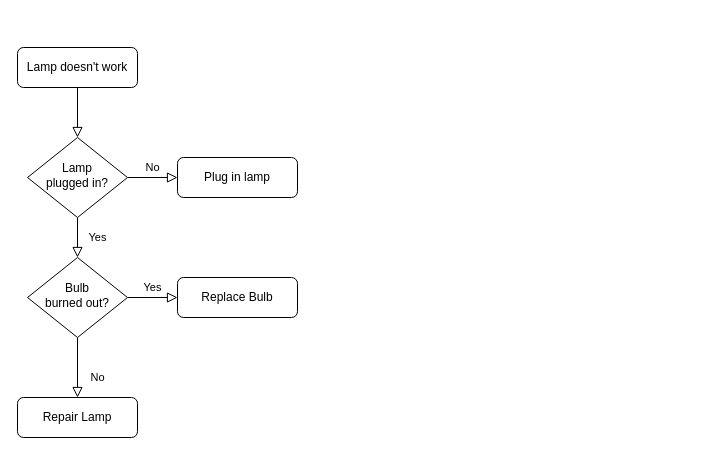
The draw.io diagram Scripts/GeneralUI/NewQuizManager.drawio in Nhonnguyenchi91/Testing, before the edit. Source tidied: cells renumbered, new cells numbered last; positions are measured from the earlier drawing's top-left corner, leaving out a move shared by most shapes. Both pictures are drawn from the tidied source at 100%, with x=0, y=0 at pixel (17, 47).
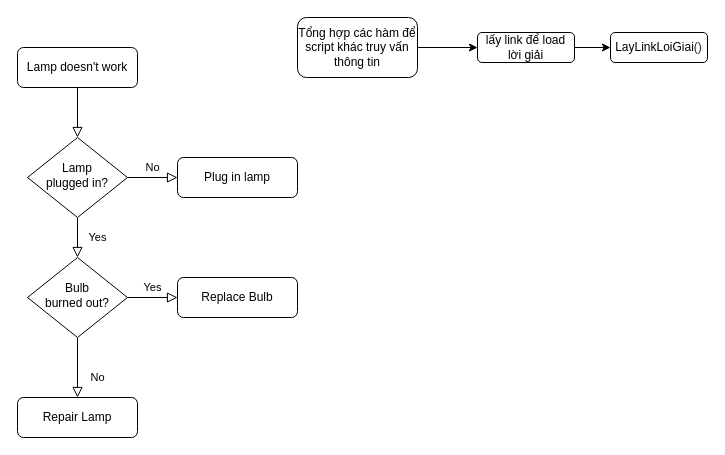
The same page after the edit.

Change to the diagram source:
```diff
@@
 <mxGraphModel>
   <root>
     <mxCell id="0" />
     <mxCell id="1" parent="0" />
     <mxCell id="2" style="rounded=0;html=1;jettySize=auto;fontSize=11;endArrow=block;endFill=0;endSize=8;strokeWidth=1;shadow=0;labelBackgroundColor=none;edgeStyle=orthogonalEdgeStyle;" parent="1" edge="1" source="3" target="6">
       <mxGeometry relative="1" as="geometry" />
     </mxCell>
     <mxCell id="3" value="Lamp doesn't work" style="rounded=1;whiteSpace=wrap;html=1;fontSize=12;glass=0;strokeWidth=1;shadow=0;" parent="1" vertex="1">
       <mxGeometry width="120" height="40" as="geometry" />
     </mxCell>
     <mxCell id="4" value="Yes" style="rounded=0;html=1;jettySize=auto;fontSize=11;endArrow=block;endFill=0;endSize=8;strokeWidth=1;shadow=0;labelBackgroundColor=none;edgeStyle=orthogonalEdgeStyle;" parent="1" edge="1" source="6" target="10">
       <mxGeometry y="20" relative="1" as="geometry" />
     </mxCell>
     <mxCell id="5" value="No" style="edgeStyle=orthogonalEdgeStyle;rounded=0;html=1;jettySize=auto;fontSize=11;endArrow=block;endFill=0;endSize=8;strokeWidth=1;shadow=0;labelBackgroundColor=none;" parent="1" edge="1" source="6" target="7">
       <mxGeometry y="10" relative="1" as="geometry" />
     </mxCell>
     <mxCell id="6" value="Lamp&lt;br&gt;plugged in?" style="rhombus;whiteSpace=wrap;html=1;shadow=0;fontFamily=Helvetica;fontSize=12;align=center;strokeWidth=1;spacing=6;spacingTop=-4;" parent="1" vertex="1">
       <mxGeometry x="10" y="90" width="100" height="80" as="geometry" />
     </mxCell>
     <mxCell id="7" value="Plug in lamp" style="rounded=1;whiteSpace=wrap;html=1;fontSize=12;glass=0;strokeWidth=1;shadow=0;" parent="1" vertex="1">
       <mxGeometry x="160" y="110" width="120" height="40" as="geometry" />
     </mxCell>
     <mxCell id="8" value="No" style="rounded=0;html=1;jettySize=auto;fontSize=11;endArrow=block;endFill=0;endSize=8;strokeWidth=1;shadow=0;labelBackgroundColor=none;edgeStyle=orthogonalEdgeStyle;" parent="1" edge="1" source="10" target="11">
       <mxGeometry x="0.33" y="20" relative="1" as="geometry" />
     </mxCell>
     <mxCell id="9" value="Yes" style="edgeStyle=orthogonalEdgeStyle;rounded=0;html=1;jettySize=auto;fontSize=11;endArrow=block;endFill=0;endSize=8;strokeWidth=1;shadow=0;labelBackgroundColor=none;" parent="1" edge="1" source="10" target="12">
       <mxGeometry y="10" relative="1" as="geometry" />
     </mxCell>
     <mxCell id="10" value="Bulb&lt;br&gt;burned out?" style="rhombus;whiteSpace=wrap;html=1;shadow=0;fontFamily=Helvetica;fontSize=12;align=center;strokeWidth=1;spacing=6;spacingTop=-4;" parent="1" vertex="1">
       <mxGeometry x="10" y="210" width="100" height="80" as="geometry" />
     </mxCell>
     <mxCell id="11" value="Repair Lamp" style="rounded=1;whiteSpace=wrap;html=1;fontSize=12;glass=0;strokeWidth=1;shadow=0;" parent="1" vertex="1">
       <mxGeometry y="350" width="120" height="40" as="geometry" />
     </mxCell>
     <mxCell id="12" value="Replace Bulb" style="rounded=1;whiteSpace=wrap;html=1;fontSize=12;glass=0;strokeWidth=1;shadow=0;" parent="1" vertex="1">
       <mxGeometry x="160" y="230" width="120" height="40" as="geometry" />
     </mxCell>
+    <mxCell id="13" style="edgeStyle=orthogonalEdgeStyle;rounded=0;jettySize=auto;html=1;exitX=1;exitY=0.5;exitDx=0;exitDy=0;" parent="1" edge="1" source="14" target="16">
+      <mxGeometry relative="1" as="geometry" />
+    </mxCell>
+    <mxCell id="14" value="Tổng hợp các hàm để script khác truy vấn thông tin" style="rounded=1;whiteSpace=wrap;html=1;" parent="1" vertex="1">
+      <mxGeometry x="280" y="-30" width="120" height="60" as="geometry" />
+    </mxCell>
+    <mxCell id="15" style="edgeStyle=orthogonalEdgeStyle;rounded=0;jettySize=auto;html=1;exitX=1;exitY=0.5;exitDx=0;exitDy=0;entryX=0;entryY=0.5;entryDx=0;entryDy=0;" parent="1" edge="1" source="16" target="17">
+      <mxGeometry relative="1" as="geometry" />
+    </mxCell>
+    <mxCell id="16" value="lấy link để load lời giải" style="rounded=1;whiteSpace=wrap;html=1;" parent="1" vertex="1">
+      <mxGeometry x="460" y="-15" width="97" height="30" as="geometry" />
+    </mxCell>
+    <mxCell id="17" value="&lt;span class=&quot;pl-en&quot; style=&quot;box-sizing: border-box ; font-family: , , &amp;#34;sf mono&amp;#34; , &amp;#34;menlo&amp;#34; , &amp;#34;consolas&amp;#34; , &amp;#34;liberation mono&amp;#34; , monospace ; background-color: rgb(255 , 255 , 255)&quot;&gt;&lt;span class=&quot;pl-token&quot; style=&quot;box-sizing: border-box&quot;&gt;LayLinkLoiGiai&lt;/span&gt;&lt;/span&gt;&lt;span style=&quot;color: rgb(36 , 41 , 47) ; font-family: , , &amp;#34;sf mono&amp;#34; , &amp;#34;menlo&amp;#34; , &amp;#34;consolas&amp;#34; , &amp;#34;liberation mono&amp;#34; , monospace ; background-color: rgb(255 , 255 , 255)&quot;&gt;()&lt;/span&gt;" style="rounded=1;whiteSpace=wrap;html=1;" parent="1" vertex="1">
+      <mxGeometry x="593" y="-15" width="97" height="30" as="geometry" />
+    </mxCell>
   </root>
 </mxGraphModel>
```
